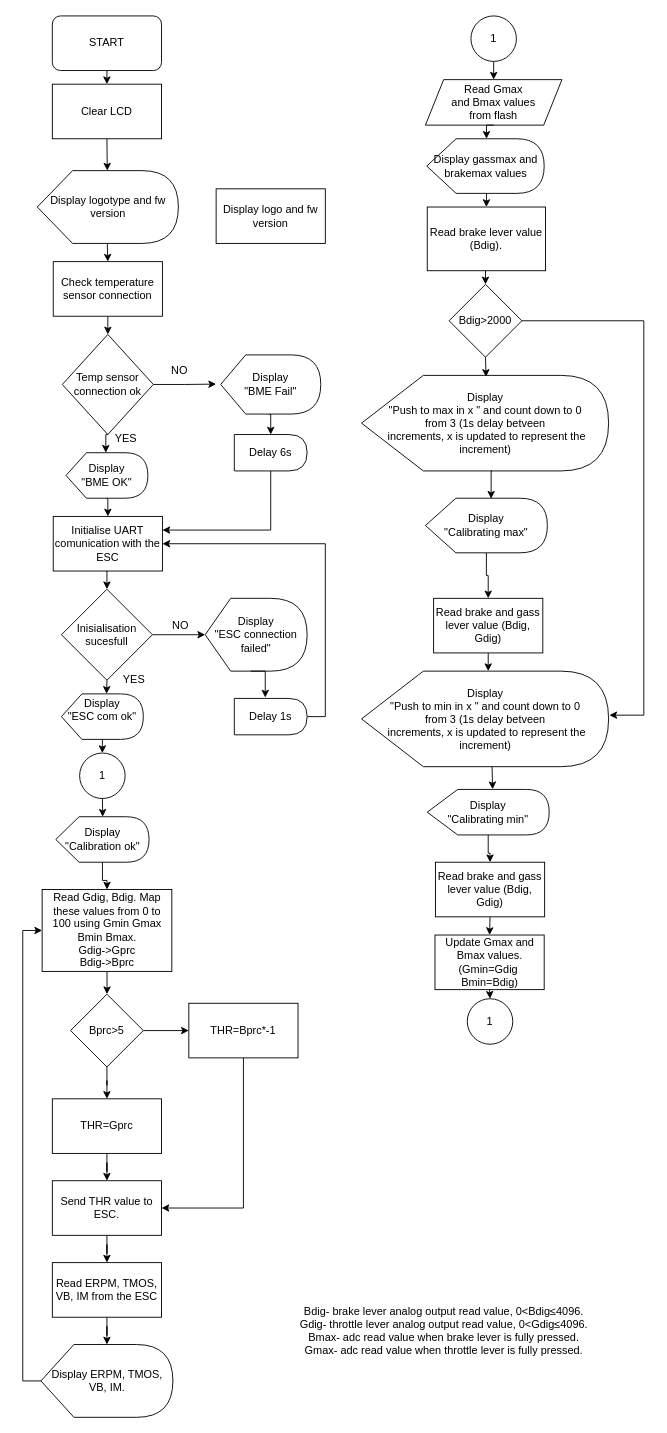
The draw.io diagram Diagram/Scooter UI.drawio in astra404/blockdiagram, before the edit. Source tidied: cells renumbered, new cells numbered last; positions are measured from the earlier drawing's top-left corner, leaving out a move shared by most shapes. Both pictures are drawn from the tidied source at 91%, with x=0, y=0 at pixel (37, 15).
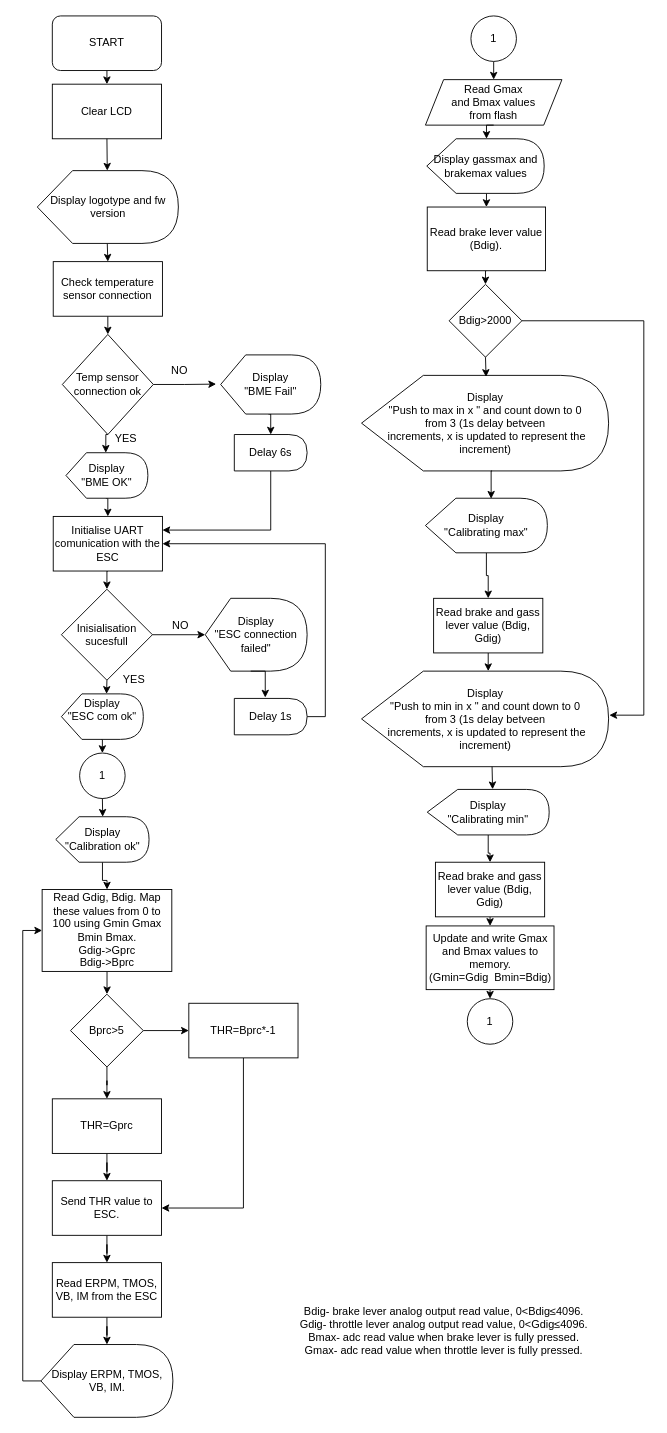
The same diagram, later.

Change to the diagram source:
```diff
@@
-    <mxCell id="5" value="Display logo and fw version" style="rounded=0;whiteSpace=wrap;html=1;" parent="1" vertex="1">
-      <mxGeometry x="196" y="190" width="120" height="60" as="geometry" />
-    </mxCell>
@@
-    <mxCell id="42" value="&lt;div&gt;Update Gmax and Bmax values.&lt;/div&gt;&lt;div&gt;(Gmin=Gdig&amp;nbsp; Bmin=Bdig)&lt;br&gt;&lt;/div&gt;" style="rounded=0;whiteSpace=wrap;html=1;" parent="1" vertex="1">
-      <mxGeometry x="436.5" y="1010" width="120" height="60" as="geometry" />
+    <mxCell id="42" value="&lt;div&gt;Update and write Gmax and Bmax values to memory.&lt;/div&gt;&lt;div&gt;(Gmin=Gdig&amp;nbsp; Bmin=Bdig)&lt;br&gt;&lt;/div&gt;" style="rounded=0;whiteSpace=wrap;html=1;" parent="1" vertex="1">
+      <mxGeometry x="426.8" y="1000" width="140.5" height="70" as="geometry" />
     </mxCell>
```
